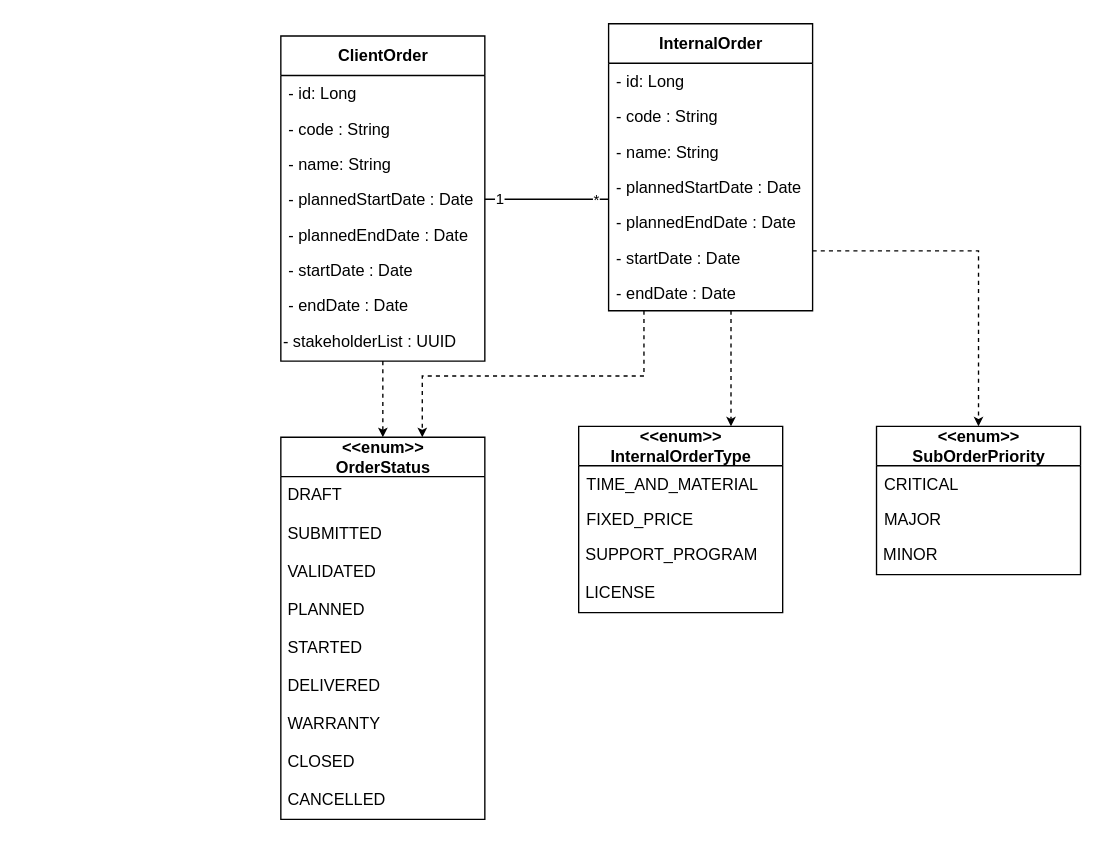
ZidiMedAmine/UML keeps this draw.io diagram as Order/_DiagrammeClasseOrder.drawio. Above is the earlier version. Source tidied: cells renumbered, new cells numbered last; positions are measured from the earlier drawing's top-left corner, leaving out a move shared by most shapes. Both pictures are drawn from the tidied source at 136%, with x=0, y=0 at pixel (280, 23).
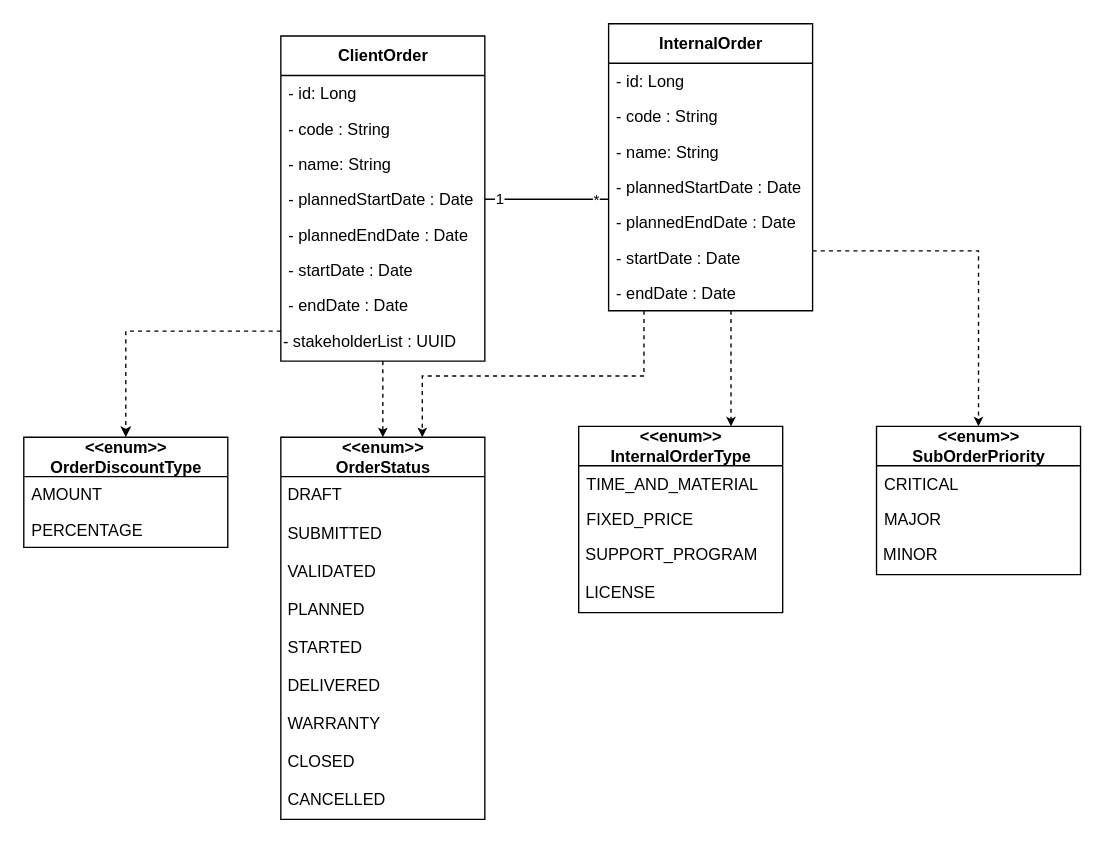
The same diagram, later.

The change refers to these unchanged cells:
```xml
<mxCell id="25" value="&lt;div&gt;&lt;b&gt;ClientOrder&lt;/b&gt;&lt;/div&gt;" style="swimlane;fontStyle=0;align=center;verticalAlign=middle;horizontal=1;startSize=29;html=1;fontSize=12;labelPosition=center;verticalLabelPosition=middle;strokeColor=default;swimlaneLine=1;rounded=0;shadow=0;glass=0;sketch=0;perimeterSpacing=0;" parent="1" vertex="1">
  <mxGeometry y="9" width="150" height="239" as="geometry" />
</mxCell>
```

The edit, as a diff of the source:
```diff
@@
+    <mxCell id="45" value="&lt;b&gt;&amp;lt;&amp;lt;enum&amp;gt;&amp;gt;&lt;/b&gt;&lt;br&gt;&lt;div style=&quot;text-align: left&quot;&gt;&lt;span&gt;&lt;b&gt;OrderDiscountType&lt;/b&gt;&lt;/span&gt;&lt;/div&gt;" style="swimlane;fontStyle=0;align=center;verticalAlign=middle;horizontal=1;startSize=29;html=1;fontSize=12;labelPosition=center;verticalLabelPosition=middle;swimlaneLine=1;rounded=0;sketch=0;glass=0;" parent="1" vertex="1">
+      <mxGeometry x="-189" y="304" width="150" height="81" as="geometry" />
+    </mxCell>
+    <mxCell id="46" value="AMOUNT" style="text;strokeColor=none;fillColor=none;align=left;verticalAlign=top;spacingLeft=4;spacingRight=4;overflow=hidden;fontStyle=0;" parent="45" vertex="1">
+      <mxGeometry y="29" width="150" height="26" as="geometry" />
+    </mxCell>
+    <mxCell id="47" value="PERCENTAGE" style="text;strokeColor=none;fillColor=none;align=left;verticalAlign=top;spacingLeft=4;spacingRight=4;overflow=hidden;fontStyle=0;" parent="45" vertex="1">
+      <mxGeometry y="55" width="150" height="26" as="geometry" />
+    </mxCell>
+    <mxCell id="48" style="edgeStyle=orthogonalEdgeStyle;rounded=0;jettySize=auto;html=1;dashed=1;endSize=5;startSize=5;" parent="1" edge="1" source="25" target="45">
+      <mxGeometry relative="1" as="geometry">
+        <Array as="points">
+          <mxPoint x="-114" y="226" />
+        </Array>
+      </mxGeometry>
+    </mxCell>
```
